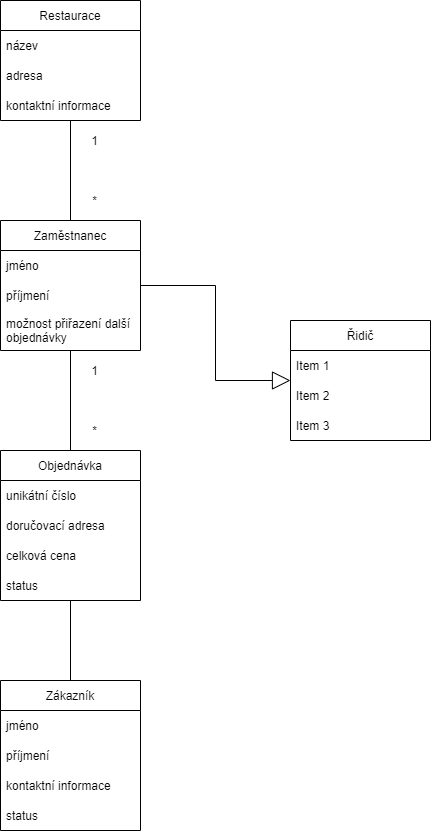
Before: TED/rozvoz-jidla.png, a diagram exported from draw.io (TadeasPikl/Diagrams.net). Source tidied: cells renumbered, new cells last; positions are measured from the earlier drawing's top-left corner, leaving out a move shared by most shapes. The source it was exported from:
```xml
<mxGraphModel>
  <root>
    <mxCell id="0" />
    <mxCell id="1" parent="0" />
    <mxCell id="2" style="edgeStyle=orthogonalEdgeStyle;rounded=0;jettySize=auto;html=1;endArrow=none;endFill=0;" parent="1" edge="1" source="3" target="8">
      <mxGeometry relative="1" as="geometry" />
    </mxCell>
    <mxCell id="3" value="Restaurace" style="swimlane;fontStyle=0;horizontal=1;startSize=30;" parent="1" vertex="1">
      <mxGeometry width="140" height="120" as="geometry" />
    </mxCell>
    <mxCell id="4" value="název" style="text;strokeColor=none;fillColor=none;align=left;verticalAlign=middle;spacingLeft=4;spacingRight=4;overflow=hidden;" parent="3" vertex="1">
      <mxGeometry y="30" width="140" height="30" as="geometry" />
    </mxCell>
    <mxCell id="5" value="adresa" style="text;strokeColor=none;fillColor=none;align=left;verticalAlign=middle;spacingLeft=4;spacingRight=4;overflow=hidden;" parent="3" vertex="1">
      <mxGeometry y="60" width="140" height="30" as="geometry" />
    </mxCell>
    <mxCell id="6" value="kontaktní informace" style="text;strokeColor=none;fillColor=none;align=left;verticalAlign=middle;spacingLeft=4;spacingRight=4;overflow=hidden;" parent="3" vertex="1">
      <mxGeometry y="90" width="140" height="30" as="geometry" />
    </mxCell>
    <mxCell id="7" style="edgeStyle=orthogonalEdgeStyle;rounded=0;jettySize=auto;html=1;endArrow=none;endFill=0;" parent="1" edge="1" source="8" target="13">
      <mxGeometry relative="1" as="geometry" />
    </mxCell>
    <mxCell id="8" value="Zaměstnanec" style="swimlane;fontStyle=0;horizontal=1;startSize=30;" parent="1" vertex="1">
      <mxGeometry y="220" width="140" height="130" as="geometry" />
    </mxCell>
    <mxCell id="9" value="jméno" style="text;strokeColor=none;fillColor=none;align=left;verticalAlign=middle;spacingLeft=4;spacingRight=4;overflow=hidden;" parent="8" vertex="1">
      <mxGeometry y="30" width="140" height="30" as="geometry" />
    </mxCell>
    <mxCell id="10" value="příjmení" style="text;strokeColor=none;fillColor=none;align=left;verticalAlign=middle;spacingLeft=4;spacingRight=4;overflow=hidden;" parent="8" vertex="1">
      <mxGeometry y="60" width="140" height="30" as="geometry" />
    </mxCell>
    <mxCell id="11" value="možnost přiřazení další&#10;objednávky" style="text;strokeColor=none;fillColor=none;align=left;verticalAlign=middle;spacingLeft=4;spacingRight=4;overflow=hidden;" parent="8" vertex="1">
      <mxGeometry y="90" width="140" height="40" as="geometry" />
    </mxCell>
    <mxCell id="12" style="edgeStyle=orthogonalEdgeStyle;rounded=0;jettySize=auto;html=1;endArrow=none;endFill=0;" parent="1" edge="1" source="13" target="22">
      <mxGeometry relative="1" as="geometry" />
    </mxCell>
    <mxCell id="13" value="Objednávka" style="swimlane;fontStyle=0;horizontal=1;startSize=30;" parent="1" vertex="1">
      <mxGeometry y="450" width="140" height="150" as="geometry" />
    </mxCell>
    <mxCell id="14" value="unikátní číslo" style="text;strokeColor=none;fillColor=none;align=left;verticalAlign=middle;spacingLeft=4;spacingRight=4;overflow=hidden;" parent="13" vertex="1">
      <mxGeometry y="30" width="140" height="30" as="geometry" />
    </mxCell>
    <mxCell id="15" value="doručovací adresa" style="text;strokeColor=none;fillColor=none;align=left;verticalAlign=middle;spacingLeft=4;spacingRight=4;overflow=hidden;" parent="13" vertex="1">
      <mxGeometry y="60" width="140" height="30" as="geometry" />
    </mxCell>
    <mxCell id="16" value="celková cena" style="text;strokeColor=none;fillColor=none;align=left;verticalAlign=middle;spacingLeft=4;spacingRight=4;overflow=hidden;" parent="13" vertex="1">
      <mxGeometry y="90" width="140" height="30" as="geometry" />
    </mxCell>
    <mxCell id="17" value="status" style="text;strokeColor=none;fillColor=none;align=left;verticalAlign=middle;spacingLeft=4;spacingRight=4;overflow=hidden;" parent="13" vertex="1">
      <mxGeometry y="120" width="140" height="30" as="geometry" />
    </mxCell>
    <mxCell id="18" value="*" style="text;html=1;align=center;verticalAlign=middle;strokeColor=none;fillColor=none;" parent="1" vertex="1">
      <mxGeometry x="84" y="420" width="20" height="20" as="geometry" />
    </mxCell>
    <mxCell id="19" value="1" style="text;html=1;align=center;verticalAlign=middle;strokeColor=none;fillColor=none;" parent="1" vertex="1">
      <mxGeometry x="84" y="360" width="20" height="20" as="geometry" />
    </mxCell>
    <mxCell id="20" value="*" style="text;html=1;align=center;verticalAlign=middle;strokeColor=none;fillColor=none;" parent="1" vertex="1">
      <mxGeometry x="84" y="190" width="20" height="20" as="geometry" />
    </mxCell>
    <mxCell id="21" value="1" style="text;html=1;align=center;verticalAlign=middle;strokeColor=none;fillColor=none;" parent="1" vertex="1">
      <mxGeometry x="84" y="130" width="20" height="20" as="geometry" />
    </mxCell>
    <mxCell id="22" value="Zákazník" style="swimlane;fontStyle=0;horizontal=1;startSize=30;" parent="1" vertex="1">
      <mxGeometry y="680" width="140" height="150" as="geometry" />
    </mxCell>
    <mxCell id="23" value="jméno" style="text;strokeColor=none;fillColor=none;align=left;verticalAlign=middle;spacingLeft=4;spacingRight=4;overflow=hidden;" parent="22" vertex="1">
      <mxGeometry y="30" width="140" height="30" as="geometry" />
    </mxCell>
    <mxCell id="24" value="příjmení" style="text;strokeColor=none;fillColor=none;align=left;verticalAlign=middle;spacingLeft=4;spacingRight=4;overflow=hidden;" parent="22" vertex="1">
      <mxGeometry y="60" width="140" height="30" as="geometry" />
    </mxCell>
    <mxCell id="25" value="kontaktní informace" style="text;strokeColor=none;fillColor=none;align=left;verticalAlign=middle;spacingLeft=4;spacingRight=4;overflow=hidden;" parent="22" vertex="1">
      <mxGeometry y="90" width="140" height="30" as="geometry" />
    </mxCell>
    <mxCell id="26" value="status" style="text;strokeColor=none;fillColor=none;align=left;verticalAlign=middle;spacingLeft=4;spacingRight=4;overflow=hidden;" parent="22" vertex="1">
      <mxGeometry y="120" width="140" height="30" as="geometry" />
    </mxCell>
    <mxCell id="27" value="Řidič" style="swimlane;fontStyle=0;horizontal=1;startSize=30;" parent="1" vertex="1">
      <mxGeometry x="290" y="320" width="140" height="120" as="geometry" />
    </mxCell>
    <mxCell id="28" value="Item 1" style="text;strokeColor=none;fillColor=none;align=left;verticalAlign=middle;spacingLeft=4;spacingRight=4;overflow=hidden;" parent="27" vertex="1">
      <mxGeometry y="30" width="140" height="30" as="geometry" />
    </mxCell>
    <mxCell id="29" value="Item 2" style="text;strokeColor=none;fillColor=none;align=left;verticalAlign=middle;spacingLeft=4;spacingRight=4;overflow=hidden;" parent="27" vertex="1">
      <mxGeometry y="60" width="140" height="30" as="geometry" />
    </mxCell>
    <mxCell id="30" value="Item 3" style="text;strokeColor=none;fillColor=none;align=left;verticalAlign=middle;spacingLeft=4;spacingRight=4;overflow=hidden;" parent="27" vertex="1">
      <mxGeometry y="90" width="140" height="30" as="geometry" />
    </mxCell>
    <mxCell id="31" style="endArrow=block;endSize=16;endFill=0;html=1;rounded=0;edgeStyle=orthogonalEdgeStyle;" parent="1" edge="1" source="8" target="27">
      <mxGeometry relative="1" as="geometry" />
    </mxCell>
  </root>
</mxGraphModel>
```
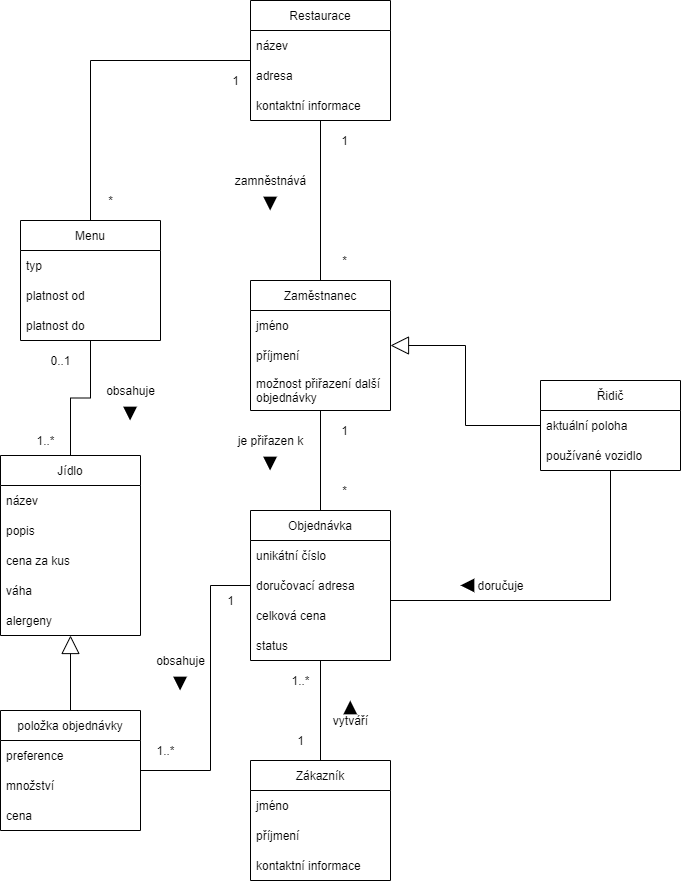
The same diagram one commit later.

What changed in the source:
```diff
@@ -5,8 +5,11 @@
     <mxCell id="2" style="edgeStyle=orthogonalEdgeStyle;rounded=0;jettySize=auto;html=1;endArrow=none;endFill=0;" parent="1" edge="1" source="3" target="8">
       <mxGeometry relative="1" as="geometry" />
     </mxCell>
+    <mxCell id="32" style="edgeStyle=orthogonalEdgeStyle;rounded=0;jettySize=auto;html=1;endArrow=none;endFill=0;" parent="1" edge="1" source="3" target="45">
+      <mxGeometry relative="1" as="geometry" />
+    </mxCell>
     <mxCell id="3" value="Restaurace" style="swimlane;fontStyle=0;horizontal=1;startSize=30;" parent="1" vertex="1">
-      <mxGeometry width="140" height="120" as="geometry" />
+      <mxGeometry y="-60" width="140" height="120" as="geometry" />
     </mxCell>
     <mxCell id="4" value="název" style="text;strokeColor=none;fillColor=none;align=left;verticalAlign=middle;spacingLeft=4;spacingRight=4;overflow=hidden;" parent="3" vertex="1">
       <mxGeometry y="30" width="140" height="30" as="geometry" />
@@ -60,10 +63,10 @@
       <mxGeometry x="84" y="190" width="20" height="20" as="geometry" />
     </mxCell>
     <mxCell id="21" value="1" style="text;html=1;align=center;verticalAlign=middle;strokeColor=none;fillColor=none;" parent="1" vertex="1">
-      <mxGeometry x="84" y="130" width="20" height="20" as="geometry" />
+      <mxGeometry x="84" y="70" width="20" height="20" as="geometry" />
     </mxCell>
     <mxCell id="22" value="Zákazník" style="swimlane;fontStyle=0;horizontal=1;startSize=30;" parent="1" vertex="1">
-      <mxGeometry y="680" width="140" height="150" as="geometry" />
+      <mxGeometry y="700" width="140" height="120" as="geometry" />
     </mxCell>
     <mxCell id="23" value="jméno" style="text;strokeColor=none;fillColor=none;align=left;verticalAlign=middle;spacingLeft=4;spacingRight=4;overflow=hidden;" parent="22" vertex="1">
       <mxGeometry y="30" width="140" height="30" as="geometry" />
@@ -74,23 +77,165 @@
     <mxCell id="25" value="kontaktní informace" style="text;strokeColor=none;fillColor=none;align=left;verticalAlign=middle;spacingLeft=4;spacingRight=4;overflow=hidden;" parent="22" vertex="1">
       <mxGeometry y="90" width="140" height="30" as="geometry" />
     </mxCell>
-    <mxCell id="26" value="status" style="text;strokeColor=none;fillColor=none;align=left;verticalAlign=middle;spacingLeft=4;spacingRight=4;overflow=hidden;" parent="22" vertex="1">
-      <mxGeometry y="120" width="140" height="30" as="geometry" />
-    </mxCell>
+    <mxCell id="33" style="edgeStyle=orthogonalEdgeStyle;rounded=0;jettySize=auto;html=1;endArrow=none;endFill=0;" parent="1" edge="1" source="27" target="13">
+      <mxGeometry relative="1" as="geometry">
+        <Array as="points">
+          <mxPoint x="360" y="540" />
+        </Array>
+      </mxGeometry>
+    </mxCell>
     <mxCell id="27" value="Řidič" style="swimlane;fontStyle=0;horizontal=1;startSize=30;" parent="1" vertex="1">
-      <mxGeometry x="290" y="320" width="140" height="120" as="geometry" />
+      <mxGeometry x="290" y="320" width="140" height="90" as="geometry" />
     </mxCell>
-    <mxCell id="28" value="Item 1" style="text;strokeColor=none;fillColor=none;align=left;verticalAlign=middle;spacingLeft=4;spacingRight=4;overflow=hidden;" parent="27" vertex="1">
+    <mxCell id="28" value="aktuální poloha" style="text;strokeColor=none;fillColor=none;align=left;verticalAlign=middle;spacingLeft=4;spacingRight=4;overflow=hidden;" parent="27" vertex="1">
       <mxGeometry y="30" width="140" height="30" as="geometry" />
     </mxCell>
-    <mxCell id="29" value="Item 2" style="text;strokeColor=none;fillColor=none;align=left;verticalAlign=middle;spacingLeft=4;spacingRight=4;overflow=hidden;" parent="27" vertex="1">
+    <mxCell id="29" value="používané vozidlo" style="text;strokeColor=none;fillColor=none;align=left;verticalAlign=middle;spacingLeft=4;spacingRight=4;overflow=hidden;" parent="27" vertex="1">
       <mxGeometry y="60" width="140" height="30" as="geometry" />
     </mxCell>
-    <mxCell id="30" value="Item 3" style="text;strokeColor=none;fillColor=none;align=left;verticalAlign=middle;spacingLeft=4;spacingRight=4;overflow=hidden;" parent="27" vertex="1">
-      <mxGeometry y="90" width="140" height="30" as="geometry" />
-    </mxCell>
-    <mxCell id="31" style="endArrow=block;endSize=16;endFill=0;html=1;rounded=0;edgeStyle=orthogonalEdgeStyle;" parent="1" edge="1" source="8" target="27">
+    <mxCell id="31" style="endArrow=block;endSize=16;endFill=0;html=1;rounded=0;edgeStyle=orthogonalEdgeStyle;" parent="1" edge="1" source="27" target="8">
       <mxGeometry relative="1" as="geometry" />
     </mxCell>
+    <mxCell id="34" style="edgeStyle=orthogonalEdgeStyle;rounded=0;orthogonalLoop=1;jettySize=auto;html=1;endArrow=block;endFill=1;strokeWidth=3;" parent="1" edge="1">
+      <mxGeometry relative="1" as="geometry">
+        <mxPoint x="19.7" y="140" as="sourcePoint" />
+        <mxPoint x="19.7" y="150" as="targetPoint" />
+      </mxGeometry>
+    </mxCell>
+    <mxCell id="35" value="zamněstnává" style="text;html=1;align=center;verticalAlign=middle;strokeColor=none;fillColor=none;" parent="1" vertex="1">
+      <mxGeometry x="-25" y="110" width="90" height="20" as="geometry" />
+    </mxCell>
+    <mxCell id="36" value="je přiřazen k" style="text;html=1;align=center;verticalAlign=middle;strokeColor=none;fillColor=none;" parent="1" vertex="1">
+      <mxGeometry x="-20" y="370" width="80" height="20" as="geometry" />
+    </mxCell>
+    <mxCell id="37" style="edgeStyle=orthogonalEdgeStyle;rounded=0;orthogonalLoop=1;jettySize=auto;html=1;endArrow=block;endFill=1;strokeWidth=3;" parent="1" edge="1">
+      <mxGeometry relative="1" as="geometry">
+        <mxPoint x="19.6" y="400" as="sourcePoint" />
+        <mxPoint x="19.6" y="410" as="targetPoint" />
+      </mxGeometry>
+    </mxCell>
+    <mxCell id="38" value="doručuje" style="text;html=1;align=center;verticalAlign=middle;strokeColor=none;fillColor=none;" parent="1" vertex="1">
+      <mxGeometry x="220" y="515" width="60" height="20" as="geometry" />
+    </mxCell>
+    <mxCell id="39" style="edgeStyle=orthogonalEdgeStyle;rounded=0;orthogonalLoop=1;jettySize=auto;html=1;endArrow=block;endFill=1;strokeWidth=3;" parent="1" edge="1">
+      <mxGeometry relative="1" as="geometry">
+        <mxPoint x="220" y="524.9" as="sourcePoint" />
+        <mxPoint x="210.3" y="524.9" as="targetPoint" />
+        <Array as="points">
+          <mxPoint x="210" y="524.9" />
+          <mxPoint x="210" y="524.9" />
+        </Array>
+      </mxGeometry>
+    </mxCell>
+    <mxCell id="40" value="vytváří" style="text;html=1;align=center;verticalAlign=middle;strokeColor=none;fillColor=none;" parent="1" vertex="1">
+      <mxGeometry x="75" y="650" width="50" height="20" as="geometry" />
+    </mxCell>
+    <mxCell id="41" style="edgeStyle=orthogonalEdgeStyle;rounded=0;orthogonalLoop=1;jettySize=auto;html=1;endArrow=block;endFill=1;strokeWidth=3;" parent="1" edge="1">
+      <mxGeometry relative="1" as="geometry">
+        <mxPoint x="99.8" y="650" as="sourcePoint" />
+        <mxPoint x="99.8" y="640" as="targetPoint" />
+        <Array as="points">
+          <mxPoint x="99.8" y="650" />
+        </Array>
+      </mxGeometry>
+    </mxCell>
+    <mxCell id="42" value="1..*" style="text;html=1;align=center;verticalAlign=middle;strokeColor=none;fillColor=none;" parent="1" vertex="1">
+      <mxGeometry x="35" y="610" width="30" height="20" as="geometry" />
+    </mxCell>
+    <mxCell id="43" value="1" style="text;html=1;align=center;verticalAlign=middle;strokeColor=none;fillColor=none;" parent="1" vertex="1">
+      <mxGeometry x="40" y="670" width="20" height="20" as="geometry" />
+    </mxCell>
+    <mxCell id="44" style="edgeStyle=orthogonalEdgeStyle;rounded=0;jettySize=auto;html=1;endArrow=none;endFill=0;" parent="1" edge="1" source="45" target="51">
+      <mxGeometry relative="1" as="geometry" />
+    </mxCell>
+    <mxCell id="45" value="Menu" style="swimlane;fontStyle=0;horizontal=1;startSize=30;" parent="1" vertex="1">
+      <mxGeometry x="-230" y="160" width="140" height="120" as="geometry" />
+    </mxCell>
+    <mxCell id="46" value="typ" style="text;strokeColor=none;fillColor=none;align=left;verticalAlign=middle;spacingLeft=4;spacingRight=4;overflow=hidden;" parent="45" vertex="1">
+      <mxGeometry y="30" width="140" height="30" as="geometry" />
+    </mxCell>
+    <mxCell id="47" value="platnost od" style="text;strokeColor=none;fillColor=none;align=left;verticalAlign=middle;spacingLeft=4;spacingRight=4;overflow=hidden;" parent="45" vertex="1">
+      <mxGeometry y="60" width="140" height="30" as="geometry" />
+    </mxCell>
+    <mxCell id="48" value="platnost do" style="text;strokeColor=none;fillColor=none;align=left;verticalAlign=middle;spacingLeft=4;spacingRight=4;overflow=hidden;" parent="45" vertex="1">
+      <mxGeometry y="90" width="140" height="30" as="geometry" />
+    </mxCell>
+    <mxCell id="49" value="1" style="text;html=1;align=center;verticalAlign=middle;strokeColor=none;fillColor=none;" parent="1" vertex="1">
+      <mxGeometry x="-25" y="10" width="20" height="20" as="geometry" />
+    </mxCell>
+    <mxCell id="50" value="*" style="text;html=1;align=center;verticalAlign=middle;strokeColor=none;fillColor=none;" parent="1" vertex="1">
+      <mxGeometry x="-150" y="130" width="20" height="20" as="geometry" />
+    </mxCell>
+    <mxCell id="51" value="Jídlo" style="swimlane;fontStyle=0;horizontal=1;startSize=30;" parent="1" vertex="1">
+      <mxGeometry x="-250" y="395" width="140" height="180" as="geometry" />
+    </mxCell>
+    <mxCell id="52" value="název" style="text;strokeColor=none;fillColor=none;align=left;verticalAlign=middle;spacingLeft=4;spacingRight=4;overflow=hidden;" parent="51" vertex="1">
+      <mxGeometry y="30" width="140" height="30" as="geometry" />
+    </mxCell>
+    <mxCell id="53" value="popis" style="text;strokeColor=none;fillColor=none;align=left;verticalAlign=middle;spacingLeft=4;spacingRight=4;overflow=hidden;" parent="51" vertex="1">
+      <mxGeometry y="60" width="140" height="30" as="geometry" />
+    </mxCell>
+    <mxCell id="54" value="cena za kus" style="text;strokeColor=none;fillColor=none;align=left;verticalAlign=middle;spacingLeft=4;spacingRight=4;overflow=hidden;" parent="51" vertex="1">
+      <mxGeometry y="90" width="140" height="30" as="geometry" />
+    </mxCell>
+    <mxCell id="55" value="váha" style="text;strokeColor=none;fillColor=none;align=left;verticalAlign=middle;spacingLeft=4;spacingRight=4;overflow=hidden;" parent="51" vertex="1">
+      <mxGeometry y="120" width="140" height="30" as="geometry" />
+    </mxCell>
+    <mxCell id="56" value="alergeny" style="text;strokeColor=none;fillColor=none;align=left;verticalAlign=middle;spacingLeft=4;spacingRight=4;overflow=hidden;" parent="51" vertex="1">
+      <mxGeometry y="150" width="140" height="30" as="geometry" />
+    </mxCell>
+    <mxCell id="57" value="obsahuje" style="text;html=1;align=center;verticalAlign=middle;strokeColor=none;fillColor=none;" parent="1" vertex="1">
+      <mxGeometry x="-150" y="320" width="60" height="20" as="geometry" />
+    </mxCell>
+    <mxCell id="58" style="edgeStyle=orthogonalEdgeStyle;rounded=0;orthogonalLoop=1;jettySize=auto;html=1;endArrow=block;endFill=1;strokeWidth=3;" parent="1" edge="1">
+      <mxGeometry relative="1" as="geometry">
+        <mxPoint x="-120.4" y="350" as="sourcePoint" />
+        <mxPoint x="-120.4" y="360" as="targetPoint" />
+      </mxGeometry>
+    </mxCell>
+    <mxCell id="59" value="1..*" style="text;html=1;align=center;verticalAlign=middle;strokeColor=none;fillColor=none;" parent="1" vertex="1">
+      <mxGeometry x="-220" y="370" width="30" height="20" as="geometry" />
+    </mxCell>
+    <mxCell id="60" value="0..1" style="text;html=1;align=center;verticalAlign=middle;strokeColor=none;fillColor=none;" parent="1" vertex="1">
+      <mxGeometry x="-210" y="290" width="40" height="20" as="geometry" />
+    </mxCell>
+    <mxCell id="61" style="edgeStyle=orthogonalEdgeStyle;rounded=0;jettySize=auto;html=1;endArrow=none;endFill=0;" parent="1" edge="1" source="62" target="13">
+      <mxGeometry relative="1" as="geometry">
+        <Array as="points">
+          <mxPoint x="-40" y="710" />
+          <mxPoint x="-40" y="525" />
+        </Array>
+      </mxGeometry>
+    </mxCell>
+    <mxCell id="62" value="položka objednávky" style="swimlane;fontStyle=0;horizontal=1;startSize=30;" parent="1" vertex="1">
+      <mxGeometry x="-250" y="650" width="140" height="120" as="geometry" />
+    </mxCell>
+    <mxCell id="63" value="preference" style="text;strokeColor=none;fillColor=none;align=left;verticalAlign=middle;spacingLeft=4;spacingRight=4;overflow=hidden;" parent="62" vertex="1">
+      <mxGeometry y="30" width="140" height="30" as="geometry" />
+    </mxCell>
+    <mxCell id="64" value="množství" style="text;strokeColor=none;fillColor=none;align=left;verticalAlign=middle;spacingLeft=4;spacingRight=4;overflow=hidden;" parent="62" vertex="1">
+      <mxGeometry y="60" width="140" height="30" as="geometry" />
+    </mxCell>
+    <mxCell id="65" value="cena" style="text;strokeColor=none;fillColor=none;align=left;verticalAlign=middle;spacingLeft=4;spacingRight=4;overflow=hidden;" parent="62" vertex="1">
+      <mxGeometry y="90" width="140" height="30" as="geometry" />
+    </mxCell>
+    <mxCell id="66" value="1" style="text;html=1;align=center;verticalAlign=middle;strokeColor=none;fillColor=none;" parent="1" vertex="1">
+      <mxGeometry x="-30" y="530" width="20" height="20" as="geometry" />
+    </mxCell>
+    <mxCell id="67" value="1..*" style="text;html=1;align=center;verticalAlign=middle;strokeColor=none;fillColor=none;" parent="1" vertex="1">
+      <mxGeometry x="-100" y="680" width="30" height="20" as="geometry" />
+    </mxCell>
+    <mxCell id="68" style="endArrow=block;endSize=16;endFill=0;html=1;rounded=0;edgeStyle=orthogonalEdgeStyle;" parent="1" edge="1" source="62" target="51">
+      <mxGeometry relative="1" as="geometry" />
+    </mxCell>
+    <mxCell id="69" value="obsahuje" style="text;html=1;align=center;verticalAlign=middle;strokeColor=none;fillColor=none;" parent="1" vertex="1">
+      <mxGeometry x="-100" y="590" width="60" height="20" as="geometry" />
+    </mxCell>
+    <mxCell id="70" style="edgeStyle=orthogonalEdgeStyle;rounded=0;orthogonalLoop=1;jettySize=auto;html=1;endArrow=block;endFill=1;strokeWidth=3;" parent="1" edge="1">
+      <mxGeometry relative="1" as="geometry">
+        <mxPoint x="-70.4" y="620" as="sourcePoint" />
+        <mxPoint x="-70.4" y="630" as="targetPoint" />
+      </mxGeometry>
+    </mxCell>
   </root>
 </mxGraphModel>
```
